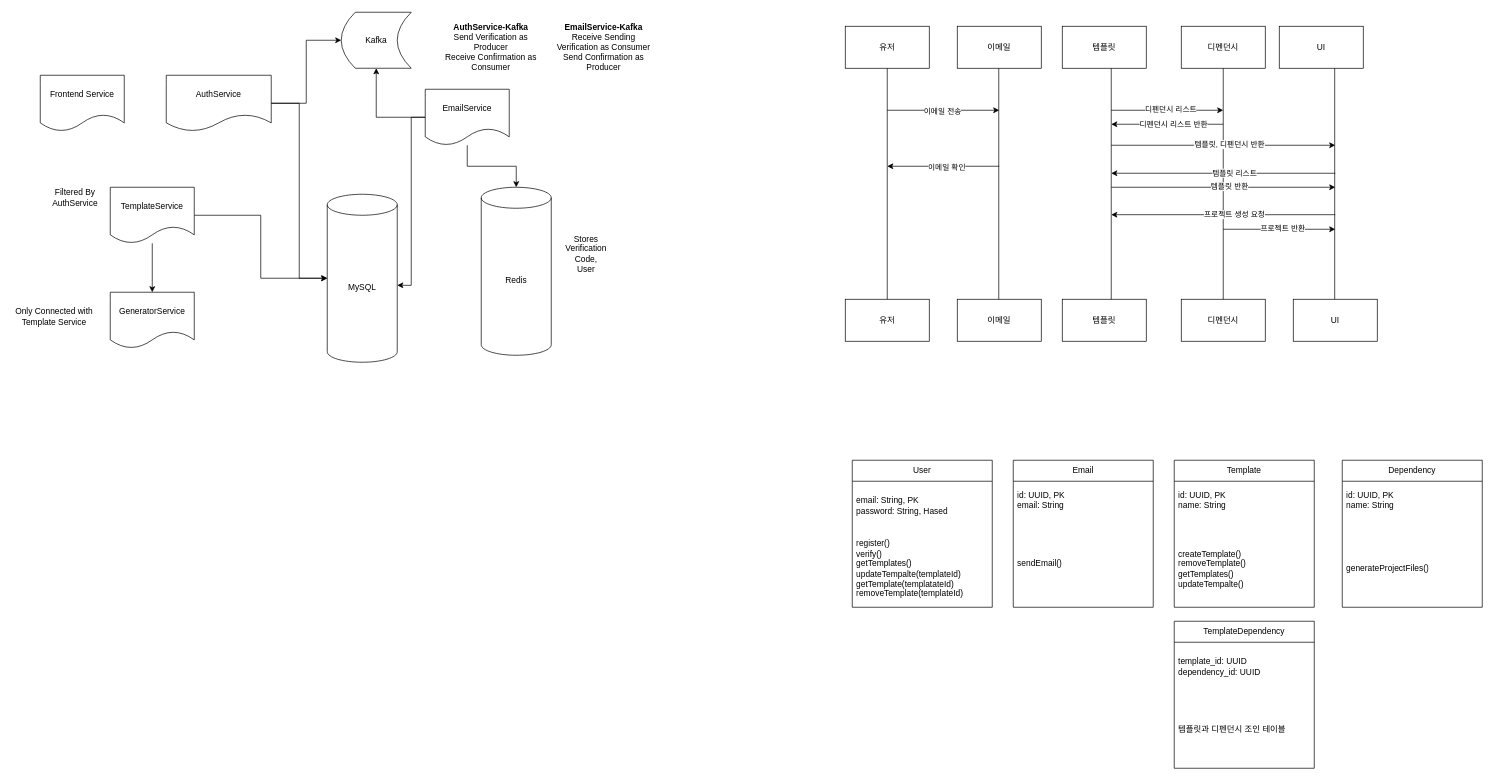
peppermint100/spring-boot-template keeps this draw.io diagram as sbpw_services.drawio. Above is the earlier version. Source tidied: cells renumbered, new cells numbered last; positions are measured from the earlier drawing's top-left corner, leaving out a move shared by most shapes. Both pictures are drawn from the tidied source at 70%, with x=0, y=0 at pixel (12, 12).
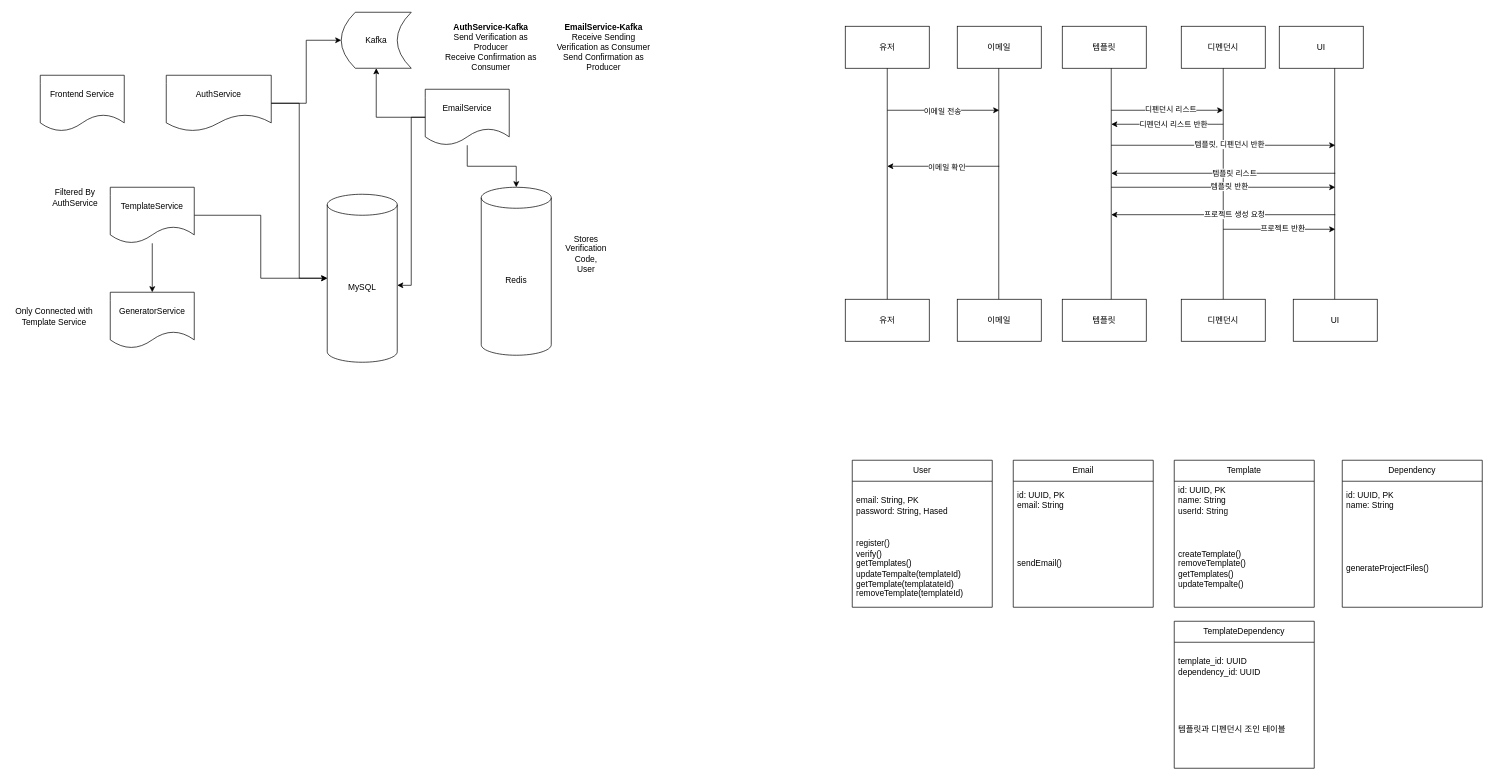
The same diagram, later.

Unchanged cells that the change refers to:
```xml
<mxCell id="58" value="Template" style="swimlane;fontStyle=0;horizontal=1;startSize=30;whiteSpace=wrap;html=1;" parent="1" vertex="1">
  <mxGeometry x="1660" y="640" width="200" height="210" as="geometry" />
</mxCell>
```

Diff of the diagram source:
```diff
@@
-    <mxCell id="59" value="&lt;div&gt;id: UUID, PK&lt;br&gt;name: String&lt;/div&gt;&lt;div&gt;&lt;br&gt;&lt;/div&gt;" style="text;strokeColor=none;fillColor=none;align=left;verticalAlign=middle;spacingLeft=4;spacingRight=4;overflow=hidden;whiteSpace=wrap;html=1;" parent="58" vertex="1">
+    <mxCell id="59" value="&lt;div&gt;id: UUID, PK&lt;br&gt;name: String&lt;br&gt;userId: String&lt;/div&gt;&lt;div&gt;&lt;br&gt;&lt;/div&gt;" style="text;strokeColor=none;fillColor=none;align=left;verticalAlign=middle;spacingLeft=4;spacingRight=4;overflow=hidden;whiteSpace=wrap;html=1;" parent="58" vertex="1">
       <mxGeometry y="30" width="200" height="70" as="geometry" />
     </mxCell>
```
